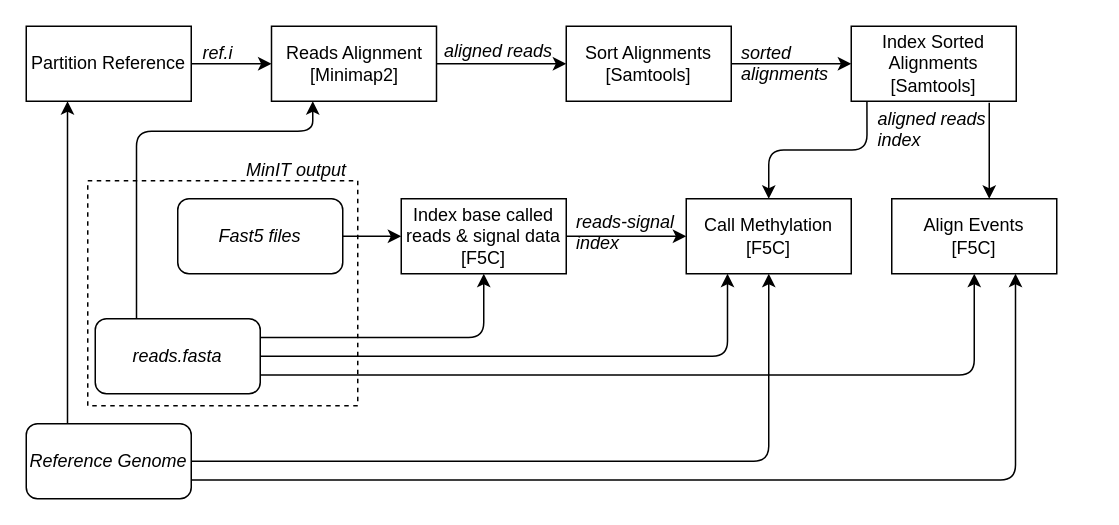
Before: page "Pipeline_graph" (7 of 8) of server_mobile_connection.drawio in hiruna72/f5n, a draw.io diagram. Source tidied: cells renumbered, new cells numbered last; positions are measured from the earlier drawing's top-left corner, leaving out a move shared by most shapes. Both pictures are drawn from the tidied source at 150%, with x=0, y=0 at pixel (26, 26).
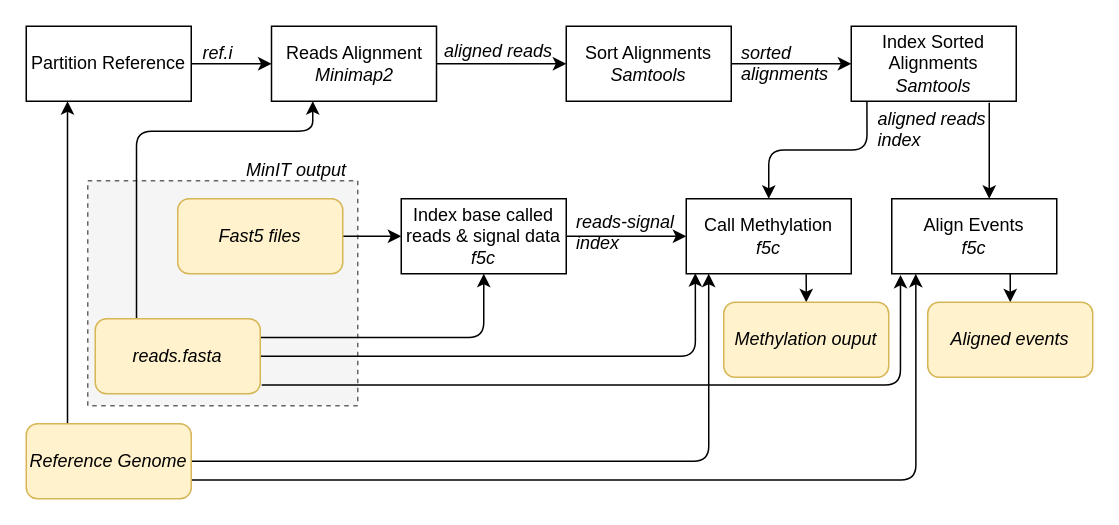
The same diagram, later.

Diff of the diagram source:
```diff
@@
-    <mxCell id="2" style="rounded=0;whiteSpace=wrap;html=1;dashed=1;" parent="1" vertex="1">
+    <mxCell id="2" style="rounded=0;whiteSpace=wrap;html=1;dashed=1;fillColor=#f5f5f5;strokeColor=#666666;fontColor=#333333;" parent="1" vertex="1">
       <mxGeometry x="41" y="103" width="180" height="150" as="geometry" />
     </mxCell>
@@
-    <mxCell id="6" style="edgeStyle=orthogonalEdgeStyle;rounded=1;jettySize=auto;html=1;exitX=1;exitY=0.75;exitDx=0;exitDy=0;entryX=0.75;entryY=1;entryDx=0;entryDy=0;" parent="1" edge="1" source="8" target="31">
+    <mxCell id="6" style="edgeStyle=orthogonalEdgeStyle;rounded=1;jettySize=auto;html=1;exitX=1;exitY=0.75;exitDx=0;exitDy=0;entryX=0.146;entryY=1.001;entryDx=0;entryDy=0;entryPerimeter=0;" parent="1" edge="1" source="8" target="31">
       <mxGeometry relative="1" as="geometry" />
     </mxCell>
-    <mxCell id="7" style="edgeStyle=orthogonalEdgeStyle;rounded=1;jettySize=auto;html=1;exitX=1;exitY=0.5;exitDx=0;exitDy=0;entryX=0.5;entryY=1;entryDx=0;entryDy=0;" parent="1" edge="1" source="8" target="28">
+    <mxCell id="7" style="edgeStyle=orthogonalEdgeStyle;rounded=1;jettySize=auto;html=1;exitX=1;exitY=0.5;exitDx=0;exitDy=0;entryX=0.136;entryY=1;entryDx=0;entryDy=0;entryPerimeter=0;" parent="1" edge="1" source="8" target="28">
       <mxGeometry relative="1" as="geometry" />
     </mxCell>
-    <mxCell id="8" value="&lt;i&gt;Reference Genome&lt;/i&gt;" style="rounded=1;whiteSpace=wrap;html=1;" parent="1" vertex="1">
+    <mxCell id="8" value="&lt;i&gt;Reference Genome&lt;/i&gt;" style="rounded=1;whiteSpace=wrap;html=1;fillColor=#fff2cc;strokeColor=#d6b656;" parent="1" vertex="1">
       <mxGeometry y="265" width="110" height="50" as="geometry" />
     </mxCell>
@@
-    <mxCell id="10" value="&lt;i&gt;Fast5 files&lt;/i&gt;" style="rounded=1;whiteSpace=wrap;html=1;" parent="1" vertex="1">
+    <mxCell id="10" value="&lt;i&gt;Fast5 files&lt;/i&gt;" style="rounded=1;whiteSpace=wrap;html=1;fillColor=#fff2cc;strokeColor=#d6b656;" parent="1" vertex="1">
       <mxGeometry x="101" y="115" width="110" height="50" as="geometry" />
     </mxCell>
@@
-    <mxCell id="12" style="edgeStyle=orthogonalEdgeStyle;rounded=1;jettySize=auto;html=1;exitX=1;exitY=0.5;exitDx=0;exitDy=0;entryX=0.25;entryY=1;entryDx=0;entryDy=0;" parent="1" edge="1" source="15" target="28">
+    <mxCell id="12" style="edgeStyle=orthogonalEdgeStyle;rounded=1;jettySize=auto;html=1;exitX=1;exitY=0.5;exitDx=0;exitDy=0;entryX=0.055;entryY=0.993;entryDx=0;entryDy=0;entryPerimeter=0;" parent="1" edge="1" source="15" target="28">
       <mxGeometry relative="1" as="geometry" />
     </mxCell>
-    <mxCell id="13" style="edgeStyle=orthogonalEdgeStyle;rounded=1;jettySize=auto;html=1;exitX=1;exitY=0.75;exitDx=0;exitDy=0;entryX=0.5;entryY=1;entryDx=0;entryDy=0;" parent="1" edge="1" source="15" target="31">
+    <mxCell id="13" style="edgeStyle=orthogonalEdgeStyle;rounded=1;jettySize=auto;html=1;exitX=1.009;exitY=0.884;exitDx=0;exitDy=0;entryX=0.053;entryY=1.015;entryDx=0;entryDy=0;entryPerimeter=0;exitPerimeter=0;" parent="1" edge="1" source="15" target="31">
       <mxGeometry relative="1" as="geometry" />
     </mxCell>
@@
-    <mxCell id="15" value="&lt;i&gt;reads.fasta&lt;/i&gt;" style="rounded=1;whiteSpace=wrap;html=1;" parent="1" vertex="1">
+    <mxCell id="15" value="&lt;i&gt;reads.fasta&lt;/i&gt;" style="rounded=1;whiteSpace=wrap;html=1;fillColor=#fff2cc;strokeColor=#d6b656;" parent="1" vertex="1">
       <mxGeometry x="46" y="195" width="110" height="50" as="geometry" />
     </mxCell>
@@
-    <mxCell id="17" value="&lt;div align=&quot;center&quot;&gt;Reads Alignment&lt;/div&gt;&lt;div align=&quot;center&quot;&gt;[Minimap2]&lt;br&gt;&lt;/div&gt;" style="rounded=0;whiteSpace=wrap;html=1;align=center;" parent="1" vertex="1">
+    <mxCell id="17" value="&lt;div align=&quot;center&quot;&gt;Reads Alignment&lt;/div&gt;&lt;div align=&quot;center&quot;&gt;&lt;i&gt;Minimap2&lt;/i&gt;&lt;br&gt;&lt;/div&gt;" style="rounded=0;whiteSpace=wrap;html=1;align=center;" parent="1" vertex="1">
       <mxGeometry x="163.5" width="110" height="50" as="geometry" />
     </mxCell>
@@
-    <mxCell id="20" value="Sort Alignments&lt;br&gt;&lt;div&gt;[Samtools]&lt;br&gt;&lt;/div&gt;" style="rounded=0;whiteSpace=wrap;html=1;" parent="1" vertex="1">
+    <mxCell id="20" value="Sort Alignments&lt;br&gt;&lt;div&gt;&lt;i&gt;Samtools&lt;/i&gt;&lt;br&gt;&lt;/div&gt;" style="rounded=0;whiteSpace=wrap;html=1;" parent="1" vertex="1">
       <mxGeometry x="360" width="110" height="50" as="geometry" />
     </mxCell>
@@
-    <mxCell id="24" value="Index Sorted Alignments&lt;br&gt;&lt;div&gt;[Samtools]&lt;br&gt;&lt;/div&gt;" style="rounded=0;whiteSpace=wrap;html=1;" parent="1" vertex="1">
+    <mxCell id="24" value="Index Sorted Alignments&lt;br&gt;&lt;div&gt;&lt;i&gt;Samtools&lt;/i&gt;&lt;br&gt;&lt;/div&gt;" style="rounded=0;whiteSpace=wrap;html=1;" parent="1" vertex="1">
       <mxGeometry x="550" width="110" height="50" as="geometry" />
     </mxCell>
@@
-    <mxCell id="27" value="&lt;div&gt;Index base called reads &amp;amp; signal data&lt;/div&gt;&lt;div&gt;[F5C]&lt;br&gt;&lt;/div&gt;" style="rounded=0;whiteSpace=wrap;html=1;" parent="1" vertex="1">
+    <mxCell id="27" value="&lt;div&gt;Index base called reads &amp;amp; signal data&lt;/div&gt;&lt;div&gt;&lt;i&gt;f5c&lt;/i&gt;&lt;br&gt;&lt;/div&gt;" style="rounded=0;whiteSpace=wrap;html=1;" parent="1" vertex="1">
       <mxGeometry x="250" y="115" width="110" height="50" as="geometry" />
     </mxCell>
+    <mxCell id="33" style="edgeStyle=orthogonalEdgeStyle;rounded=0;jettySize=auto;html=1;exitX=0.727;exitY=1.006;exitDx=0;exitDy=0;entryX=0.5;entryY=0;entryDx=0;entryDy=0;exitPerimeter=0;" parent="1" edge="1" source="28" target="35">
+      <mxGeometry relative="1" as="geometry" />
+    </mxCell>
-    <mxCell id="28" value="&lt;div&gt;Call Methylation [F5C]&lt;/div&gt;" style="rounded=0;whiteSpace=wrap;html=1;" parent="1" vertex="1">
+    <mxCell id="28" value="&lt;div&gt;Call Methylation &lt;br&gt;&lt;/div&gt;&lt;div&gt;&lt;i&gt;f5c&lt;/i&gt;&lt;/div&gt;" style="rounded=0;whiteSpace=wrap;html=1;" parent="1" vertex="1">
       <mxGeometry x="440" y="115" width="110" height="50" as="geometry" />
     </mxCell>
@@
+    <mxCell id="34" style="edgeStyle=orthogonalEdgeStyle;rounded=0;jettySize=auto;html=1;exitX=0.718;exitY=1;exitDx=0;exitDy=0;entryX=0.5;entryY=0;entryDx=0;entryDy=0;exitPerimeter=0;" parent="1" edge="1" source="31" target="36">
+      <mxGeometry relative="1" as="geometry" />
+    </mxCell>
-    <mxCell id="31" value="&lt;div&gt;Align Events&lt;/div&gt;&lt;div&gt;[F5C]&lt;br&gt;&lt;/div&gt;" style="rounded=0;whiteSpace=wrap;html=1;" parent="1" vertex="1">
+    <mxCell id="31" value="&lt;div&gt;Align Events&lt;/div&gt;&lt;div&gt;&lt;i&gt;f5c&lt;/i&gt;&lt;/div&gt;" style="rounded=0;whiteSpace=wrap;html=1;" parent="1" vertex="1">
       <mxGeometry x="577" y="115" width="110" height="50" as="geometry" />
     </mxCell>
@@
+    <mxCell id="35" value="&lt;i&gt;Methylation ouput&lt;/i&gt;" style="rounded=1;whiteSpace=wrap;html=1;fillColor=#fff2cc;strokeColor=#d6b656;" parent="1" vertex="1">
+      <mxGeometry x="465" y="184" width="110" height="50" as="geometry" />
+    </mxCell>
+    <mxCell id="36" value="&lt;i&gt;Aligned events&lt;/i&gt;" style="rounded=1;whiteSpace=wrap;html=1;fillColor=#fff2cc;strokeColor=#d6b656;" parent="1" vertex="1">
+      <mxGeometry x="601" y="184" width="110" height="50" as="geometry" />
+    </mxCell>
```
